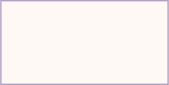
Before: mask.svg, a diagram exported from draw.io (AAAAAAAyq/Personal-Studying). Source tidied: cells renumbered, new cells last; positions are measured from the earlier drawing's top-left corner, leaving out a move shared by most shapes.
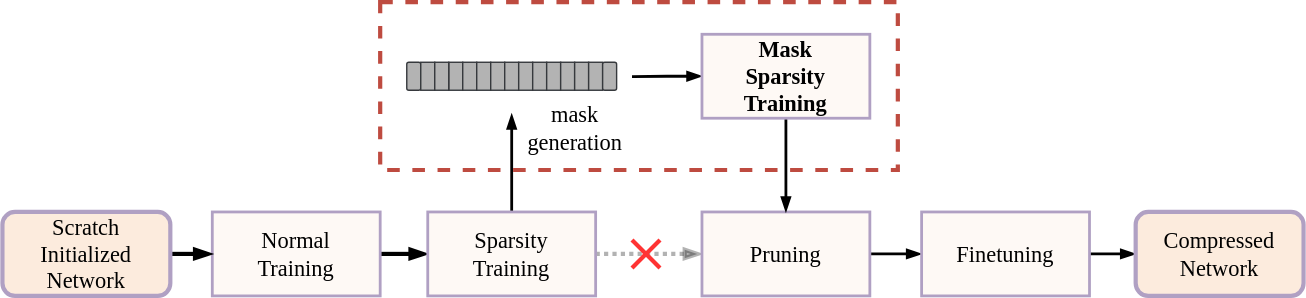
The same file after the commit.

Diff of the diagram source:
```diff
@@ -2,8 +2,117 @@
   <root>
     <mxCell id="0" />
     <mxCell id="1" parent="0" />
+    <mxCell id="3" style="edgeStyle=orthogonalEdgeStyle;rounded=0;jettySize=auto;html=1;exitX=1;exitY=0.5;exitDx=0;exitDy=0;entryX=0;entryY=0.5;entryDx=0;entryDy=0;fontFamily=Times New Roman;fontSize=16;endArrow=blockThin;endFill=1;strokeWidth=3;" parent="1" edge="1" source="2" target="6">
+      <mxGeometry relative="1" as="geometry" />
+    </mxCell>
-    <mxCell id="2" style="rounded=0;whiteSpace=wrap;html=1;fillColor=#FEF9F5;strokeColor=#B0A0C3;" parent="1" vertex="1">
+    <mxCell id="2" value="Normal&lt;br style=&quot;font-size: 16px;&quot;&gt;Training" style="rounded=0;whiteSpace=wrap;html=1;fillColor=#FEF9F5;strokeColor=#B0A0C3;strokeWidth=2;fontFamily=Times New Roman;fontSize=16;" parent="1" vertex="1">
       <mxGeometry width="120" height="60" as="geometry" />
     </mxCell>
+    <mxCell id="4" style="edgeStyle=orthogonalEdgeStyle;rounded=0;jettySize=auto;html=1;exitX=1;exitY=0.5;exitDx=0;exitDy=0;entryX=0;entryY=0.5;entryDx=0;entryDy=0;fontFamily=Times New Roman;fontSize=16;endArrow=blockThin;endFill=1;strokeWidth=3;dashed=1;dashPattern=1 1;opacity=30;" parent="1" edge="1" source="6" target="8">
+      <mxGeometry relative="1" as="geometry" />
+    </mxCell>
+    <mxCell id="5" style="edgeStyle=orthogonalEdgeStyle;rounded=0;jettySize=auto;html=1;exitX=0.5;exitY=0;exitDx=0;exitDy=0;fontFamily=Times New Roman;fontSize=16;endArrow=blockThin;endFill=1;strokeWidth=2;" parent="1" edge="1" source="6">
+      <mxGeometry relative="1" as="geometry">
+        <mxPoint x="214" y="-70" as="targetPoint" />
+      </mxGeometry>
+    </mxCell>
+    <mxCell id="6" value="Sparsity&lt;br style=&quot;font-size: 16px&quot;&gt;Training" style="rounded=0;whiteSpace=wrap;html=1;fillColor=#FEF9F5;strokeColor=#B0A0C3;strokeWidth=2;fontFamily=Times New Roman;fontSize=16;" parent="1" vertex="1">
+      <mxGeometry x="154" width="120" height="60" as="geometry" />
+    </mxCell>
+    <mxCell id="7" style="edgeStyle=orthogonalEdgeStyle;rounded=0;jettySize=auto;html=1;exitX=1;exitY=0.5;exitDx=0;exitDy=0;entryX=0;entryY=0.5;entryDx=0;entryDy=0;fontFamily=Times New Roman;fontSize=16;endArrow=blockThin;endFill=1;strokeColor=#000000;strokeWidth=2;" parent="1" edge="1" source="8" target="10">
+      <mxGeometry relative="1" as="geometry" />
+    </mxCell>
+    <mxCell id="8" value="Pruning" style="rounded=0;whiteSpace=wrap;html=1;fillColor=#FEF9F5;strokeColor=#B0A0C3;strokeWidth=2;fontFamily=Times New Roman;fontSize=16;" parent="1" vertex="1">
+      <mxGeometry x="350" width="120" height="60" as="geometry" />
+    </mxCell>
+    <mxCell id="9" style="edgeStyle=orthogonalEdgeStyle;rounded=0;jettySize=auto;html=1;exitX=1;exitY=0.5;exitDx=0;exitDy=0;fontFamily=Times New Roman;fontSize=16;endArrow=blockThin;endFill=1;strokeWidth=2;" parent="1" edge="1" source="10" target="13">
+      <mxGeometry relative="1" as="geometry" />
+    </mxCell>
+    <mxCell id="10" value="Finetuning" style="rounded=0;whiteSpace=wrap;html=1;fillColor=#FEF9F5;strokeColor=#B0A0C3;strokeWidth=2;fontFamily=Times New Roman;fontSize=16;" parent="1" vertex="1">
+      <mxGeometry x="507" width="120" height="60" as="geometry" />
+    </mxCell>
+    <mxCell id="11" style="edgeStyle=orthogonalEdgeStyle;rounded=0;jettySize=auto;html=1;exitX=1;exitY=0.5;exitDx=0;exitDy=0;entryX=0;entryY=0.5;entryDx=0;entryDy=0;fontFamily=Times New Roman;fontSize=16;endArrow=blockThin;endFill=1;strokeWidth=3;" parent="1" edge="1" source="12" target="2">
+      <mxGeometry relative="1" as="geometry" />
+    </mxCell>
+    <mxCell id="12" value="Scratch&lt;br&gt;Initialized&lt;br&gt;Network" style="rounded=1;whiteSpace=wrap;html=1;fontFamily=Times New Roman;fontSize=16;strokeWidth=3;strokeColor=#B0A0C3;fillColor=#FCEBDD;" parent="1" vertex="1">
+      <mxGeometry x="-150" width="120" height="60" as="geometry" />
+    </mxCell>
+    <mxCell id="13" value="Compressed&lt;br&gt;Network" style="rounded=1;whiteSpace=wrap;html=1;fontFamily=Times New Roman;fontSize=16;strokeWidth=3;strokeColor=#B0A0C3;fillColor=#FCEBDD;" parent="1" vertex="1">
+      <mxGeometry x="660" width="120" height="60" as="geometry" />
+    </mxCell>
+    <mxCell id="14" style="edgeStyle=orthogonalEdgeStyle;rounded=0;jettySize=auto;html=1;fontFamily=Times New Roman;fontSize=16;endArrow=blockThin;endFill=1;strokeWidth=2;" parent="1" edge="1" source="16" target="8">
+      <mxGeometry relative="1" as="geometry" />
+    </mxCell>
+    <mxCell id="15" style="edgeStyle=orthogonalEdgeStyle;rounded=0;jettySize=auto;html=1;exitX=0;exitY=0.5;exitDx=0;exitDy=0;fontFamily=Times New Roman;fontSize=16;endArrow=none;endFill=0;strokeWidth=2;startArrow=blockThin;startFill=1;" parent="1" edge="1" source="16">
+      <mxGeometry relative="1" as="geometry">
+        <mxPoint x="300" y="-96.7" as="targetPoint" />
+      </mxGeometry>
+    </mxCell>
+    <mxCell id="16" value="&lt;b&gt;Mask&lt;br&gt;Sparsity&lt;br&gt;Training&lt;/b&gt;" style="rounded=0;whiteSpace=wrap;html=1;fillColor=#FEF9F5;strokeColor=#B0A0C3;strokeWidth=2;fontFamily=Times New Roman;fontSize=16;" parent="1" vertex="1">
+      <mxGeometry x="350" y="-127" width="120" height="60" as="geometry" />
+    </mxCell>
+    <mxCell id="17" style="endArrow=none;html=1;fontFamily=Times New Roman;fontSize=16;strokeWidth=3;strokeColor=#FF3333;" parent="1" edge="1">
+      <mxGeometry relative="1" as="geometry">
+        <mxPoint x="300" y="40" as="sourcePoint" />
+        <mxPoint x="320" y="20" as="targetPoint" />
+      </mxGeometry>
+    </mxCell>
+    <mxCell id="18" style="endArrow=none;html=1;fontFamily=Times New Roman;fontSize=16;strokeWidth=3;strokeColor=#FF3333;" parent="1" edge="1">
+      <mxGeometry relative="1" as="geometry">
+        <mxPoint x="320" y="40" as="sourcePoint" />
+        <mxPoint x="300" y="20" as="targetPoint" />
+      </mxGeometry>
+    </mxCell>
+    <mxCell id="19" style="whiteSpace=wrap;html=1;fontFamily=Times New Roman;fontSize=16;strokeWidth=1;strokeColor=#36393D;fillColor=#B3B3B3;" parent="1" vertex="1">
+      <mxGeometry x="169" y="-107" width="10" height="20" as="geometry" />
+    </mxCell>
+    <mxCell id="20" style="whiteSpace=wrap;html=1;fontFamily=Times New Roman;fontSize=16;strokeWidth=1;strokeColor=#36393D;fillColor=#B3B3B3;" parent="1" vertex="1">
+      <mxGeometry x="179" y="-107" width="10" height="20" as="geometry" />
+    </mxCell>
+    <mxCell id="21" style="whiteSpace=wrap;html=1;fontFamily=Times New Roman;fontSize=16;strokeWidth=1;strokeColor=#36393D;fillColor=#B3B3B3;" parent="1" vertex="1">
+      <mxGeometry x="189" y="-107" width="10" height="20" as="geometry" />
+    </mxCell>
+    <mxCell id="22" style="whiteSpace=wrap;html=1;fontFamily=Times New Roman;fontSize=16;strokeWidth=1;strokeColor=#36393D;fillColor=#B3B3B3;" parent="1" vertex="1">
+      <mxGeometry x="199" y="-107" width="10" height="20" as="geometry" />
+    </mxCell>
+    <mxCell id="23" style="whiteSpace=wrap;html=1;fontFamily=Times New Roman;fontSize=16;strokeWidth=1;strokeColor=#36393D;fillColor=#B3B3B3;" parent="1" vertex="1">
+      <mxGeometry x="209" y="-107" width="10" height="20" as="geometry" />
+    </mxCell>
+    <mxCell id="24" style="whiteSpace=wrap;html=1;fontFamily=Times New Roman;fontSize=16;strokeWidth=1;strokeColor=#36393D;fillColor=#B3B3B3;" parent="1" vertex="1">
+      <mxGeometry x="219" y="-107" width="10" height="20" as="geometry" />
+    </mxCell>
+    <mxCell id="25" style="whiteSpace=wrap;html=1;fontFamily=Times New Roman;fontSize=16;strokeWidth=1;strokeColor=#36393D;fillColor=#B3B3B3;" parent="1" vertex="1">
+      <mxGeometry x="229" y="-107" width="10" height="20" as="geometry" />
+    </mxCell>
+    <mxCell id="26" style="whiteSpace=wrap;html=1;fontFamily=Times New Roman;fontSize=16;strokeWidth=1;strokeColor=#36393D;fillColor=#B3B3B3;" parent="1" vertex="1">
+      <mxGeometry x="239" y="-107" width="10" height="20" as="geometry" />
+    </mxCell>
+    <mxCell id="27" style="whiteSpace=wrap;html=1;fontFamily=Times New Roman;fontSize=16;strokeWidth=1;strokeColor=#36393D;fillColor=#B3B3B3;" parent="1" vertex="1">
+      <mxGeometry x="249" y="-107" width="10" height="20" as="geometry" />
+    </mxCell>
+    <mxCell id="28" style="whiteSpace=wrap;html=1;fontFamily=Times New Roman;fontSize=16;strokeWidth=1;strokeColor=#36393D;fillColor=#B3B3B3;rounded=1;" parent="1" vertex="1">
+      <mxGeometry x="139" y="-107" width="10" height="20" as="geometry" />
+    </mxCell>
+    <mxCell id="29" style="whiteSpace=wrap;html=1;fontFamily=Times New Roman;fontSize=16;strokeWidth=1;strokeColor=#36393D;fillColor=#B3B3B3;" parent="1" vertex="1">
+      <mxGeometry x="149" y="-107" width="10" height="20" as="geometry" />
+    </mxCell>
+    <mxCell id="30" style="whiteSpace=wrap;html=1;fontFamily=Times New Roman;fontSize=16;strokeWidth=1;strokeColor=#36393D;fillColor=#B3B3B3;" parent="1" vertex="1">
+      <mxGeometry x="159" y="-107" width="10" height="20" as="geometry" />
+    </mxCell>
+    <mxCell id="31" style="whiteSpace=wrap;html=1;fontFamily=Times New Roman;fontSize=16;strokeWidth=1;strokeColor=#36393D;fillColor=#B3B3B3;" parent="1" vertex="1">
+      <mxGeometry x="259" y="-107" width="10" height="20" as="geometry" />
+    </mxCell>
+    <mxCell id="32" style="whiteSpace=wrap;html=1;fontFamily=Times New Roman;fontSize=16;strokeWidth=1;strokeColor=#36393D;fillColor=#B3B3B3;" parent="1" vertex="1">
+      <mxGeometry x="269" y="-107" width="10" height="20" as="geometry" />
+    </mxCell>
+    <mxCell id="33" style="whiteSpace=wrap;html=1;fontFamily=Times New Roman;fontSize=16;strokeWidth=1;strokeColor=#36393D;fillColor=#B3B3B3;rounded=1;glass=0;sketch=0;shadow=0;" parent="1" vertex="1">
+      <mxGeometry x="279" y="-107" width="10" height="20" as="geometry" />
+    </mxCell>
+    <mxCell id="34" value="mask&lt;br&gt;generation" style="text;html=1;align=center;verticalAlign=middle;strokeColor=none;fillColor=none;fontSize=16;fontFamily=Times New Roman;" parent="1" vertex="1">
+      <mxGeometry x="219" y="-80" width="80" height="40" as="geometry" />
+    </mxCell>
+    <mxCell id="35" style="rounded=0;whiteSpace=wrap;html=1;shadow=0;glass=0;sketch=0;fontFamily=Times New Roman;fontSize=16;strokeWidth=3;gradientColor=#ffffff;fillColor=none;dashed=1;strokeColor=#BE4B40;" parent="1" vertex="1">
+      <mxGeometry x="120" y="-150" width="370" height="120" as="geometry" />
+    </mxCell>
   </root>
 </mxGraphModel>
```
